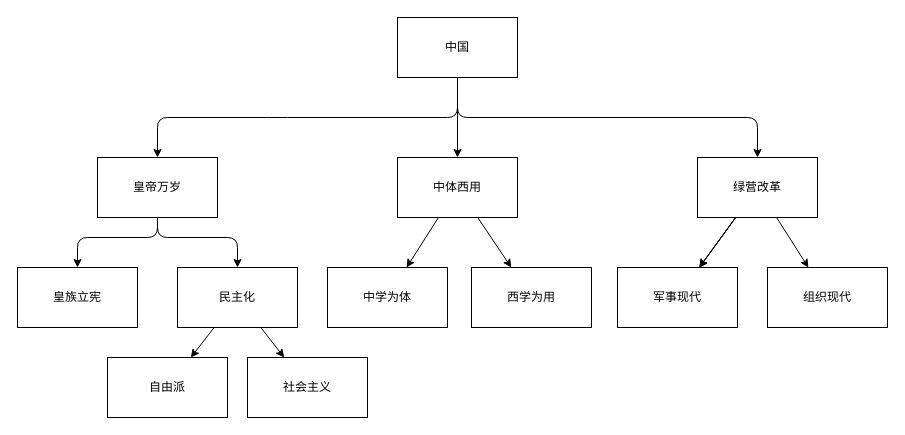
HCPTangHY/Victoria3mod-MJEE keeps this draw.io diagram as trees.drawio. Above is the earlier version. Source tidied: cells renumbered, new cells numbered last; positions are measured from the earlier drawing's top-left corner, leaving out a move shared by most shapes. Both pictures are drawn from the tidied source at 100%, with x=0, y=0 at pixel (17, 17).
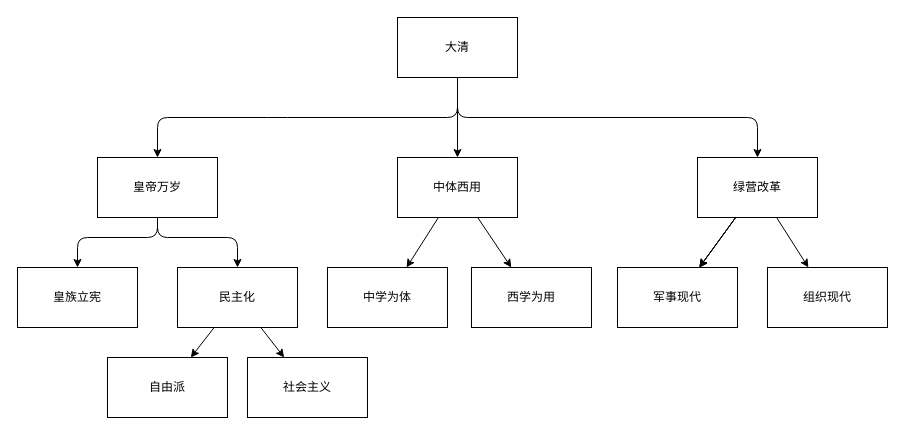
The same page after the edit.

The edit, as a diff of the source:
```diff
@@
-    <mxCell id="5" value="中国" style="rounded=0;whiteSpace=wrap;html=1;" parent="1" vertex="1">
+    <mxCell id="5" value="大清" style="rounded=0;whiteSpace=wrap;html=1;" parent="1" vertex="1">
       <mxGeometry x="380" width="120" height="60" as="geometry" />
     </mxCell>
```
